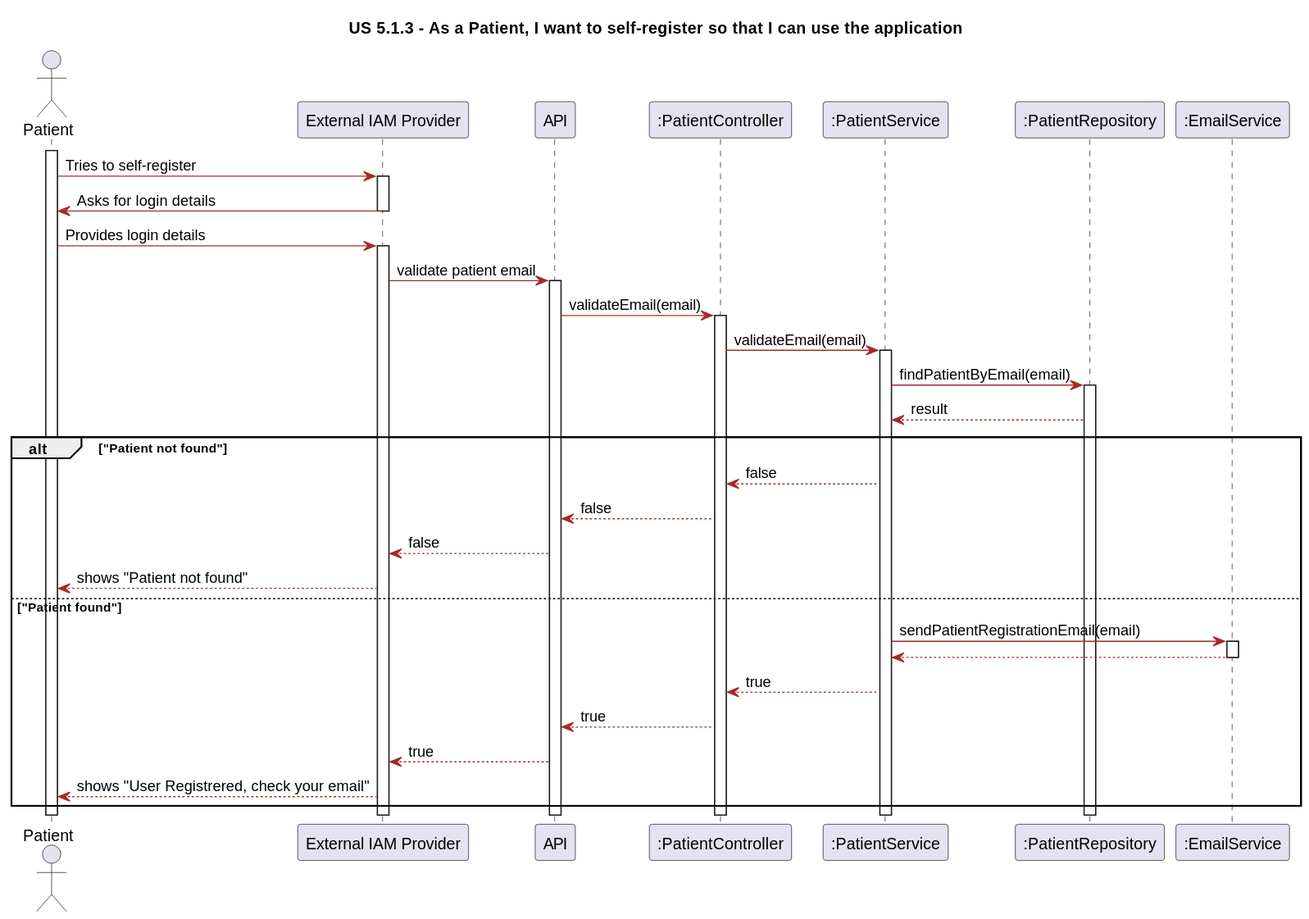
Above: Docs/Sprint1/UserStories/LAPR5/us513/design/svg/sequence-diagram.svg in LAPR5-043/sem_5_24_25_043 (PlantUML), before the change.
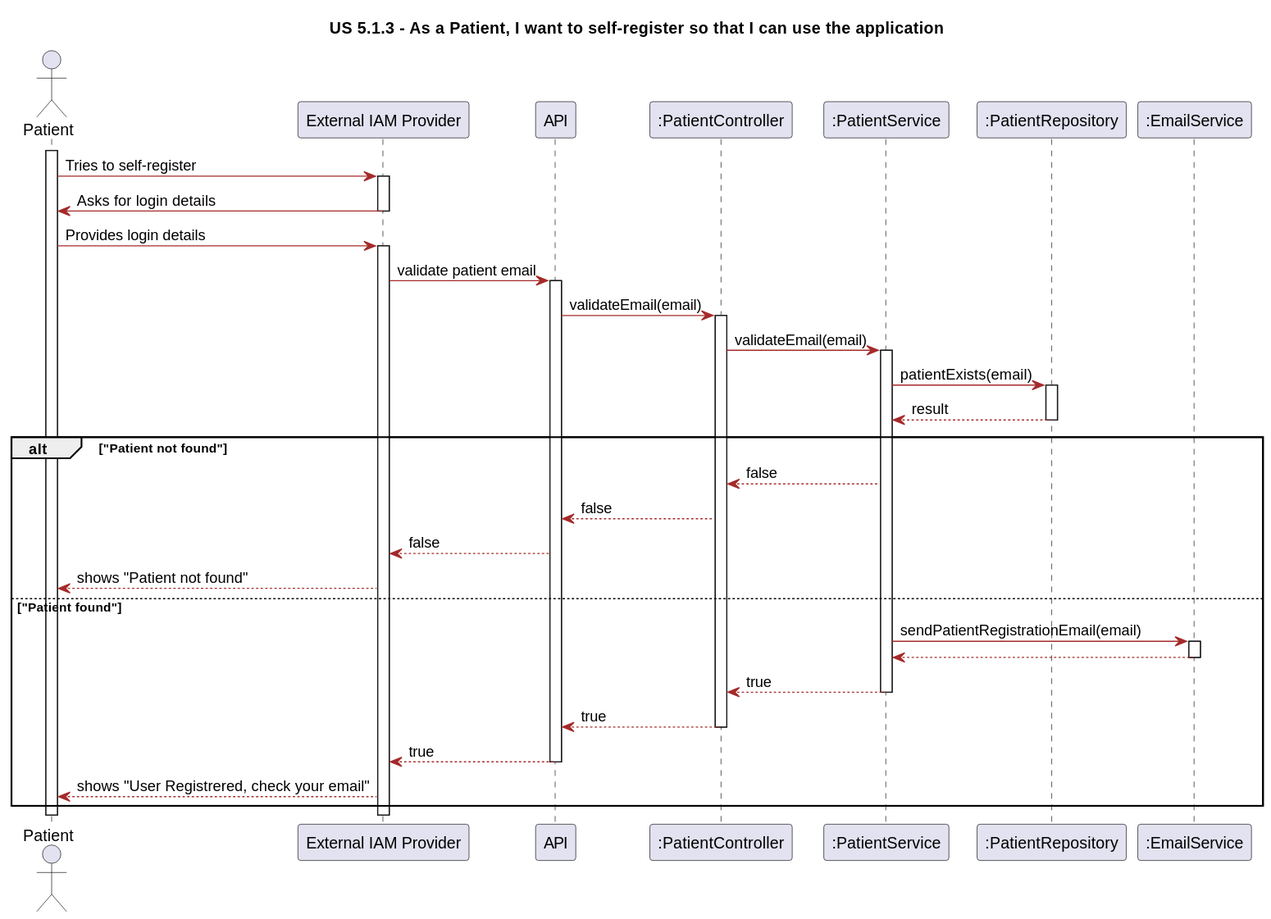
Later version of the same file.

What changed in the source:
```diff
@@ -56,11 +56,13 @@
 
 activate PS
 
-PS -> PR: findPatientByEmail(email)
+PS -> PR: patientExists(email)
 
 activate PR
 
 PR --> PS: result
+
+deactivate PR
 
 alt "Patient not found"
 
@@ -84,9 +86,15 @@
 
     PS --> PC: true
 
+    deactivate PS
+
     PC --> API: true
 
+    deactivate PC
+
     API --> IAM: true
+
+    deactivate API
 
     IAM --> P: shows "User Registrered, check your email"
 end
```
